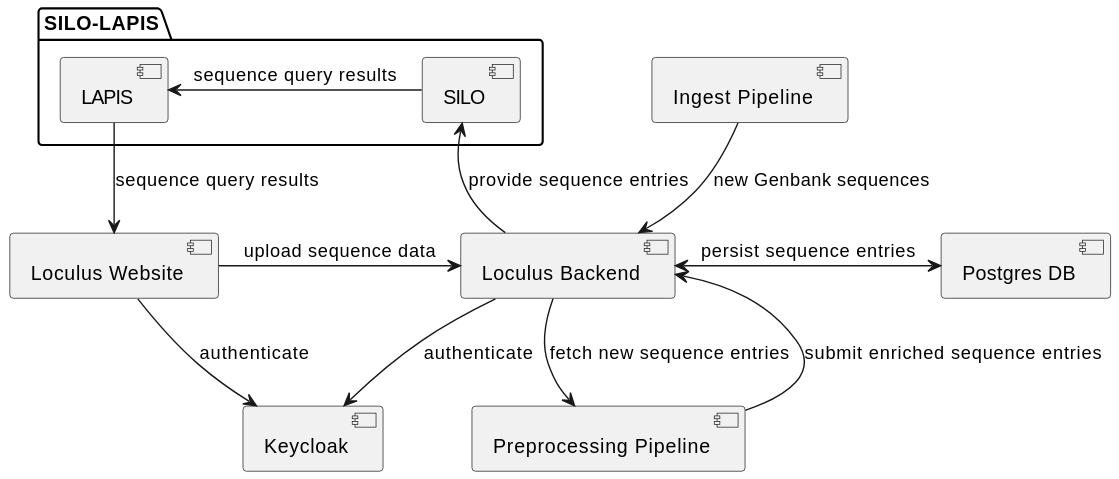
This is docs/src/content/docs/introduction/architectureOverview.svg from loculus-project/loculus, a PlantUML export, as it was before one commit.
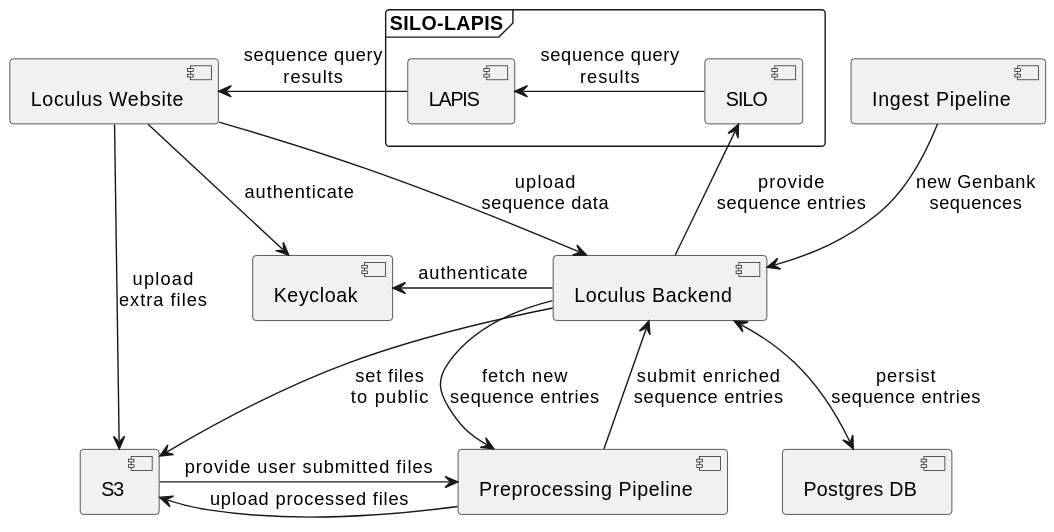
After the change.

Change to the diagram source:
```diff
@@ -1,28 +1,38 @@
 @startuml
-folder SILO-LAPIS {
+component "Loculus Website" as Website
+
+together {
+    component "Loculus Backend" as Backend
+    component Keycloak
+}
+
+component "Postgres DB" as Postgres
+component S3
+
+component "Preprocessing Pipeline" as Preprocessing
+component "Ingest Pipeline" as Ingest
+
+
+frame SILO-LAPIS {
     component SILO
     component LAPIS
 }
 
-component "Loculus Website" as Website
-component "Loculus Backend" as Backend
-component "Postgres DB" as Postgres
+Website --> Keycloak : authenticate
+Backend -left-> Keycloak : authenticate
 
-component "Preprocessing Pipeline" as Preprocessing
-component "Ingest Pipeline" as Ingest
+Website -down-> Backend : upload\nsequence data
+Backend --> Preprocessing : fetch new\nsequence entries
+Backend <-- Preprocessing : submit enriched\nsequence entries
+Backend <--> Postgres : persist\nsequence entries
+Ingest --> Backend : new Genbank\nsequences
 
-component Keycloak
+Backend -up-> SILO: provide\nsequence entries
+LAPIS -left-> Website : sequence query\nresults
+LAPIS <-right- SILO : sequence query\nresults
 
-Website --> Keycloak : authenticate
-Backend --> Keycloak : authenticate
-
-Website -> Backend : upload sequence data
-Backend <-> Postgres : persist sequence entries
-Backend --> Preprocessing : fetch new sequence entries
-Backend <-- Preprocessing : submit enriched sequence entries
-Ingest --> Backend : new Genbank sequences
-
-SILO <-- Backend : provide sequence entries
-LAPIS --> Website : sequence query results
-LAPIS <- SILO : sequence query results
+Website -> S3: upload\nextra files
+Backend --> S3: set files\nto public
+S3 -right-> Preprocessing: provide user submitted files
+Preprocessing -left-> S3: upload processed files
 @enduml
```
